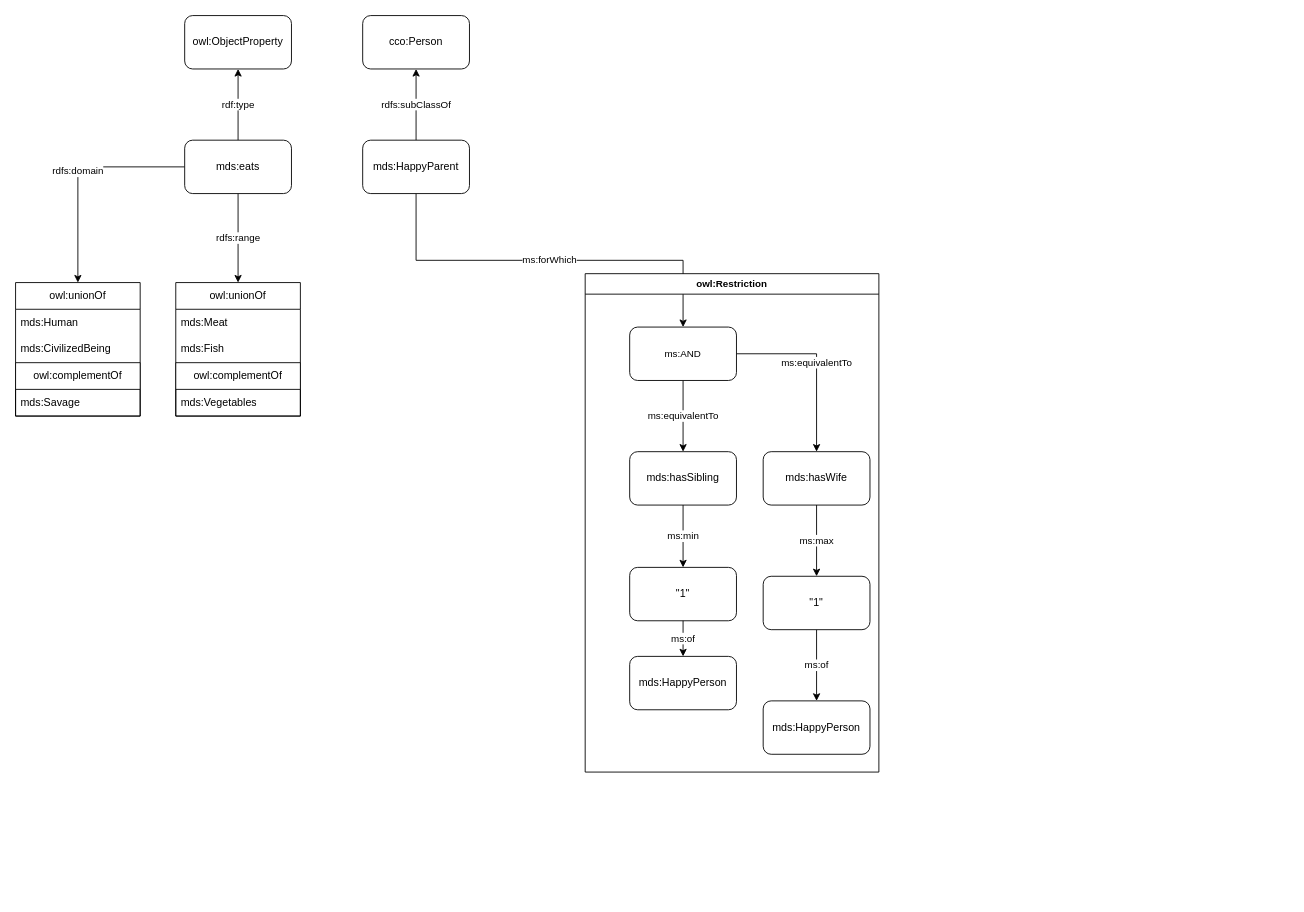
cwru-sdle/CEMENTO keeps this draw.io diagram as container-test.drawio. Above is the earlier version. Source tidied: cells renumbered, new cells numbered last; positions are measured from the earlier drawing's top-left corner, leaving out a move shared by most shapes. Both pictures are drawn from the tidied source at 89%, with x=0, y=0 at pixel (15, 15).
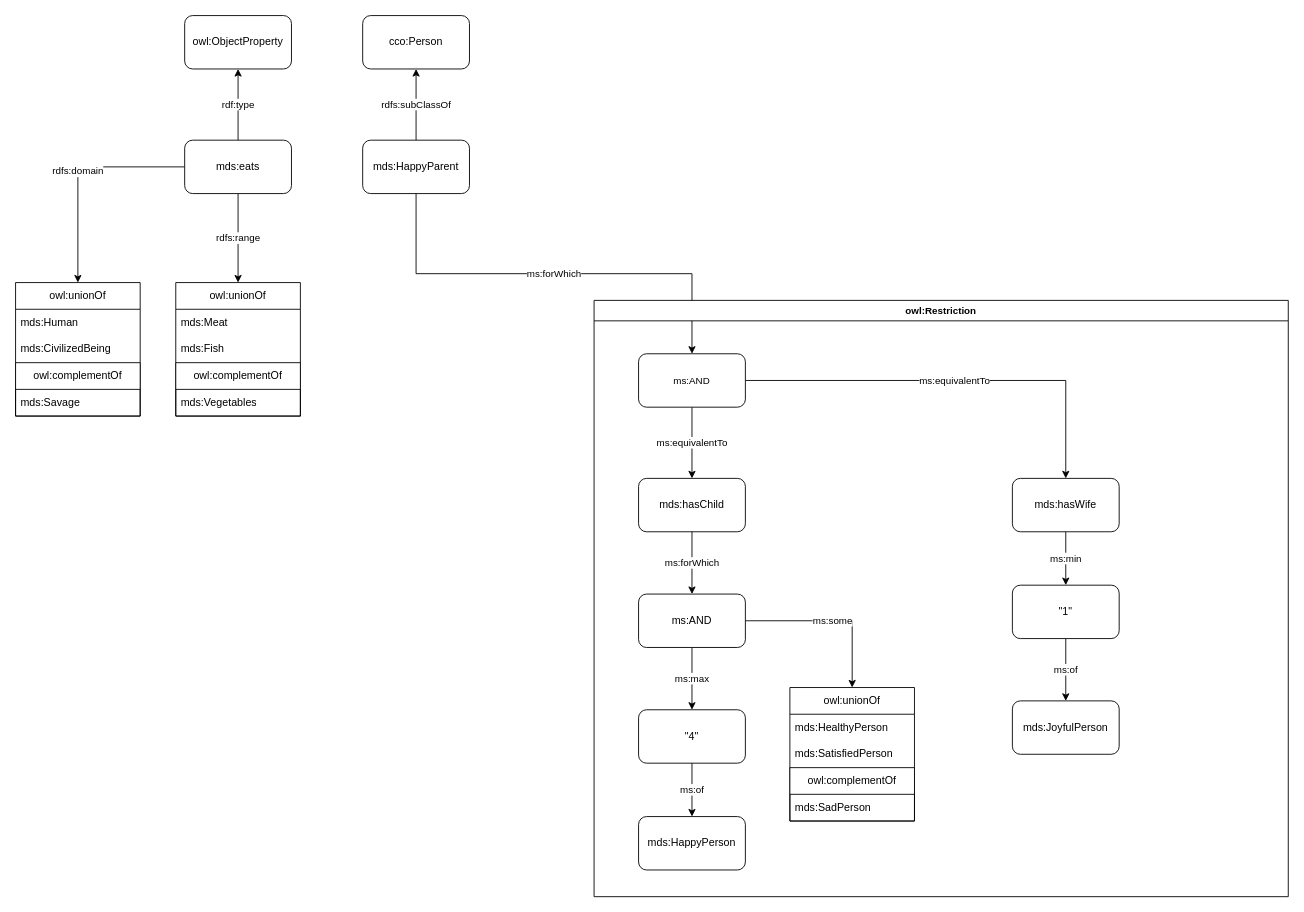
After the change.

What changed in the source:
```diff
@@
     <mxCell id="21" value="owl:Restriction" style="swimlane;whiteSpace=wrap;html=1;fontFamily=Helvetica;fontSize=11;fontColor=default;labelBackgroundColor=default;" parent="1" vertex="1">
-      <mxGeometry x="640" y="290" width="330" height="560" as="geometry" />
+      <mxGeometry x="650" y="320" width="780" height="670" as="geometry" />
     </mxCell>
-    <mxCell id="22" value="mds:hasSibling" style="rounded=1;whiteSpace=wrap;html=1;" parent="21" vertex="1">
+    <mxCell id="22" value="mds:hasChild" style="rounded=1;whiteSpace=wrap;html=1;" parent="21" vertex="1">
       <mxGeometry x="50" y="200" width="120" height="60" as="geometry" />
     </mxCell>
-    <mxCell id="23" value="&quot;1&quot;" style="rounded=1;whiteSpace=wrap;html=1;" parent="21" vertex="1">
-      <mxGeometry x="50" y="330" width="120" height="60" as="geometry" />
+    <mxCell id="23" value="&quot;4&quot;" style="rounded=1;whiteSpace=wrap;html=1;" parent="21" vertex="1">
+      <mxGeometry x="50" y="460" width="120" height="60" as="geometry" />
     </mxCell>
-    <mxCell id="24" value="ms:min" style="edgeStyle=orthogonalEdgeStyle;shape=connector;rounded=0;jettySize=auto;html=1;strokeColor=default;align=center;verticalAlign=middle;fontFamily=Helvetica;fontSize=11;fontColor=default;labelBackgroundColor=default;endArrow=classic;" parent="21" edge="1" source="22" target="23">
+    <mxCell id="24" value="ms:forWhich" style="edgeStyle=orthogonalEdgeStyle;shape=connector;rounded=0;jettySize=auto;html=1;strokeColor=default;align=center;verticalAlign=middle;fontFamily=Helvetica;fontSize=11;fontColor=default;labelBackgroundColor=default;endArrow=classic;entryX=0.5;entryY=0;entryDx=0;entryDy=0;" parent="21" edge="1" source="22" target="37">
       <mxGeometry relative="1" as="geometry" />
     </mxCell>
@@
     <mxCell id="26" value="mds:HappyPerson" style="rounded=1;whiteSpace=wrap;html=1;" parent="21" vertex="1">
-      <mxGeometry x="50" y="430" width="120" height="60" as="geometry" />
+      <mxGeometry x="50" y="580" width="120" height="60" as="geometry" />
     </mxCell>
@@
-    <mxCell id="30" value="ms:max" style="edgeStyle=orthogonalEdgeStyle;shape=connector;rounded=0;jettySize=auto;html=1;strokeColor=default;align=center;verticalAlign=middle;fontFamily=Helvetica;fontSize=11;fontColor=default;labelBackgroundColor=default;endArrow=classic;" parent="21" edge="1" source="31" target="33">
+    <mxCell id="30" value="ms:min" style="edgeStyle=orthogonalEdgeStyle;shape=connector;rounded=0;jettySize=auto;html=1;strokeColor=default;align=center;verticalAlign=middle;fontFamily=Helvetica;fontSize=11;fontColor=default;labelBackgroundColor=default;endArrow=classic;" parent="21" edge="1" source="31" target="33">
       <mxGeometry relative="1" as="geometry" />
     </mxCell>
     <mxCell id="31" value="mds:hasWife" style="rounded=1;whiteSpace=wrap;html=1;" parent="21" vertex="1">
-      <mxGeometry x="200" y="200" width="120" height="60" as="geometry" />
+      <mxGeometry x="470" y="200" width="120" height="60" as="geometry" />
     </mxCell>
@@
     <mxCell id="33" value="&quot;1&quot;" style="rounded=1;whiteSpace=wrap;html=1;" parent="21" vertex="1">
-      <mxGeometry x="200" y="340" width="120" height="60" as="geometry" />
+      <mxGeometry x="470" y="320" width="120" height="60" as="geometry" />
     </mxCell>
-    <mxCell id="34" value="mds:HappyPerson" style="rounded=1;whiteSpace=wrap;html=1;" parent="21" vertex="1">
-      <mxGeometry x="200" y="480" width="120" height="60" as="geometry" />
+    <mxCell id="34" value="mds:JoyfulPerson" style="rounded=1;whiteSpace=wrap;html=1;" parent="21" vertex="1">
+      <mxGeometry x="470" y="450" width="120" height="60" as="geometry" />
     </mxCell>
+    <mxCell id="35" value="ms:max" style="edgeStyle=orthogonalEdgeStyle;rounded=0;jettySize=auto;html=1;" parent="21" edge="1" source="37" target="23">
+      <mxGeometry relative="1" as="geometry">
+        <Array as="points">
+          <mxPoint x="110" y="430" />
+          <mxPoint x="110" y="430" />
+        </Array>
+      </mxGeometry>
+    </mxCell>
+    <mxCell id="36" value="ms:some" style="edgeStyle=orthogonalEdgeStyle;rounded=0;jettySize=auto;html=1;exitX=1;exitY=0.5;exitDx=0;exitDy=0;entryX=0.5;entryY=0;entryDx=0;entryDy=0;" parent="21" edge="1" source="37" target="38">
+      <mxGeometry relative="1" as="geometry" />
+    </mxCell>
+    <mxCell id="37" value="ms:AND" style="rounded=1;whiteSpace=wrap;html=1;" parent="21" vertex="1">
+      <mxGeometry x="50" y="330" width="120" height="60" as="geometry" />
+    </mxCell>
+    <mxCell id="38" value="owl:unionOf" style="swimlane;fontStyle=0;horizontal=1;startSize=30;whiteSpace=wrap;html=1;" parent="21" vertex="1">
+      <mxGeometry x="220" y="435" width="140" height="150" as="geometry" />
+    </mxCell>
+    <mxCell id="39" value="mds:HealthyPerson" style="text;strokeColor=none;fillColor=none;align=left;verticalAlign=middle;spacingLeft=4;spacingRight=4;overflow=hidden;whiteSpace=wrap;html=1;" parent="38" vertex="1">
+      <mxGeometry y="30" width="140" height="30" as="geometry" />
+    </mxCell>
+    <mxCell id="40" value="mds:SatisfiedPerson" style="text;strokeColor=none;fillColor=none;align=left;verticalAlign=middle;spacingLeft=4;spacingRight=4;overflow=hidden;whiteSpace=wrap;html=1;" parent="38" vertex="1">
+      <mxGeometry y="60" width="140" height="30" as="geometry" />
+    </mxCell>
+    <mxCell id="41" value="owl:complementOf" style="swimlane;fontStyle=0;horizontal=1;startSize=30;whiteSpace=wrap;html=1;" parent="38" vertex="1">
+      <mxGeometry y="90" width="140" height="60" as="geometry" />
+    </mxCell>
+    <mxCell id="42" value="mds:SadPerson" style="text;strokeColor=none;fillColor=none;align=left;verticalAlign=middle;spacingLeft=4;spacingRight=4;overflow=hidden;whiteSpace=wrap;html=1;" parent="41" vertex="1">
+      <mxGeometry y="30" width="140" height="30" as="geometry" />
+    </mxCell>
```
